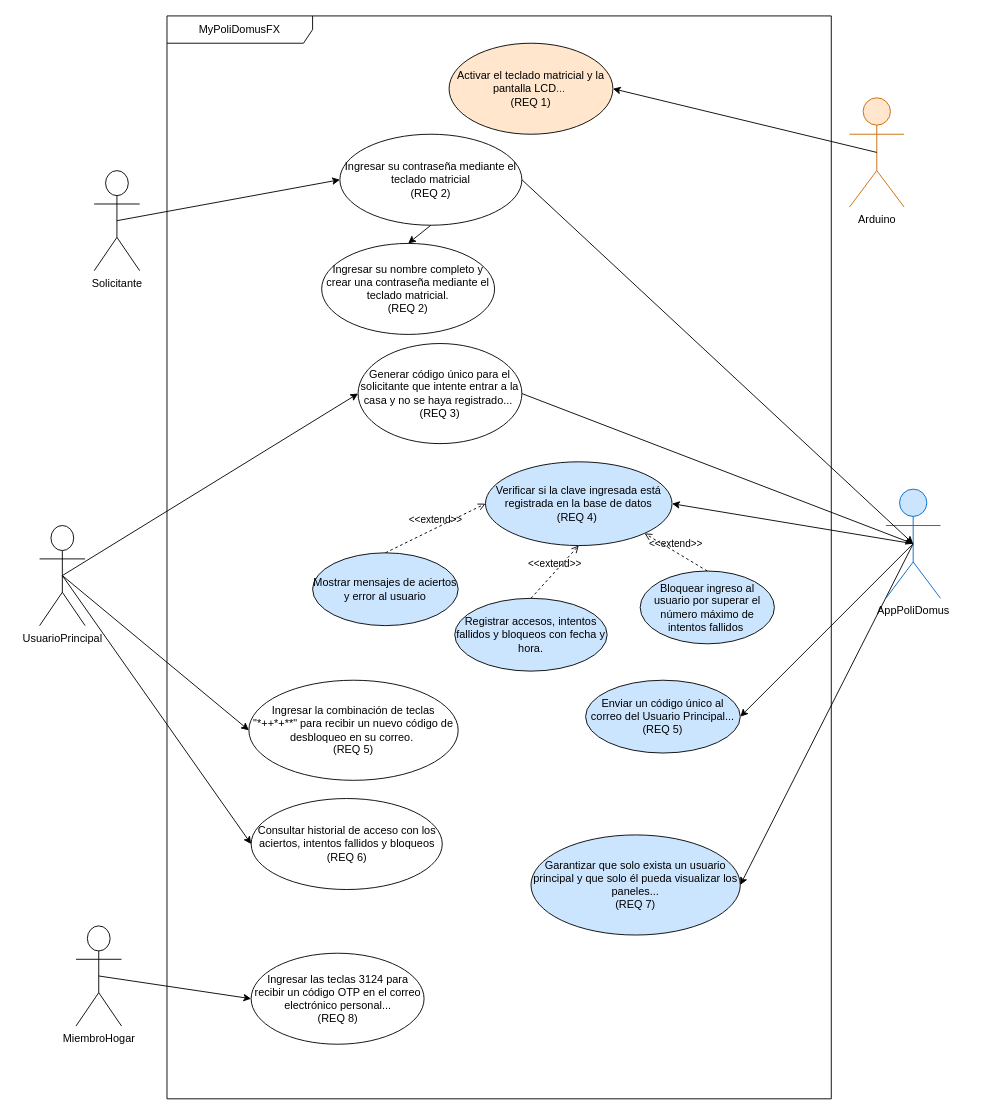
This is docs/design/02_UseCase.drawio from C-b4s/my-polidomusfx, a draw.io file, before an edit. Source tidied: cells renumbered, new cells numbered last; positions are measured from the earlier drawing's top-left corner, leaving out a move shared by most shapes. Both pictures are drawn from the tidied source at 91%, with x=0, y=0 at pixel (39, 15).
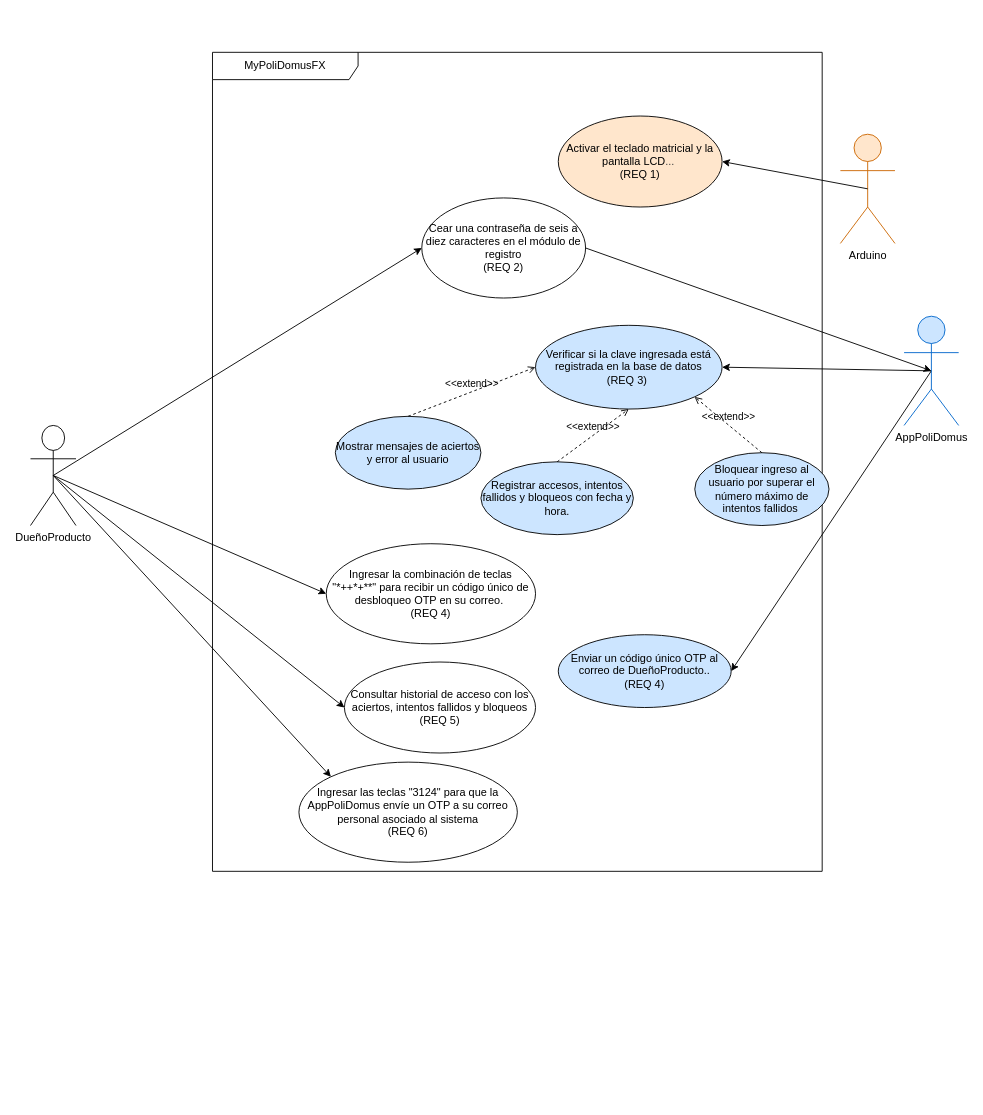
The same diagram, later.

Commit message (it also covers changes not shown here):
Se realizaron cambios al Use Case diagram

What changed in the source:
```diff
@@
     <mxCell id="2" value="MyPoliDomusFX" style="shape=umlFrame;whiteSpace=wrap;html=1;width=160;" parent="1" vertex="1">
-      <mxGeometry x="140" width="730" height="1190" as="geometry" />
+      <mxGeometry x="190" y="40" width="670" height="900" as="geometry" />
     </mxCell>
-    <mxCell id="3" style="edgeStyle=none;html=1;exitX=0.5;exitY=1;exitDx=0;exitDy=0;entryX=0.5;entryY=0;entryDx=0;entryDy=0;" parent="2" edge="1" source="4" target="8">
-      <mxGeometry relative="1" as="geometry" />
-    </mxCell>
-    <mxCell id="4" value="Ingresar su contraseña mediante el teclado matricial&lt;div&gt;(REQ 2)&lt;/div&gt;" style="ellipse;html=1;whiteSpace=wrap;" parent="2" vertex="1">
-      <mxGeometry x="190" y="130" width="200" height="100" as="geometry" />
-    </mxCell>
     <mxCell id="5" value="Activar el teclado matricial y la pantalla LCD&lt;span style=&quot;color: rgb(63, 63, 63); background-color: transparent;&quot;&gt;...&amp;nbsp;&lt;/span&gt;&lt;div&gt;&lt;div&gt;(REQ 1)&lt;/div&gt;&lt;/div&gt;" style="ellipse;html=1;whiteSpace=wrap;fillColor=#FFE6CC;" parent="2" vertex="1">
-      <mxGeometry x="310" y="30" width="180" height="100" as="geometry" />
+      <mxGeometry x="380" y="70" width="180" height="100" as="geometry" />
     </mxCell>
-    <mxCell id="6" value="Consultar historial de acceso con los aciertos, intentos fallidos y bloqueos&lt;div&gt;(REQ 6)&lt;/div&gt;" style="ellipse;html=1;whiteSpace=wrap;" parent="2" vertex="1">
-      <mxGeometry x="92.5" y="860" width="210" height="100" as="geometry" />
+    <mxCell id="6" value="Consultar historial de acceso con los aciertos, intentos fallidos y bloqueos&lt;div&gt;(REQ 5)&lt;/div&gt;" style="ellipse;html=1;whiteSpace=wrap;" parent="2" vertex="1">
+      <mxGeometry x="145" y="670" width="210" height="100" as="geometry" />
     </mxCell>
-    <mxCell id="7" value="Generar código único para el solicitante que intente entrar a la casa y no se haya registrado...&amp;nbsp;&lt;div&gt;(REQ 3)&lt;/div&gt;" style="ellipse;html=1;whiteSpace=wrap;" parent="2" vertex="1">
-      <mxGeometry x="210" y="360" width="180" height="110" as="geometry" />
+    <mxCell id="7" value="&lt;div&gt;&lt;font color=&quot;#000000&quot;&gt;Cear una contraseña de seis a diez caracteres en el módulo de registro&lt;/font&gt;&lt;/div&gt;&lt;div&gt;&lt;font color=&quot;#000000&quot;&gt;(REQ 2)&lt;/font&gt;&lt;/div&gt;" style="ellipse;html=1;whiteSpace=wrap;" parent="2" vertex="1">
+      <mxGeometry x="230" y="160" width="180" height="110" as="geometry" />
     </mxCell>
-    <mxCell id="8" value="Ingresar su nombre completo y crear una contraseña mediante el teclado matricial.&lt;div&gt;(REQ 2)&lt;/div&gt;" style="ellipse;html=1;whiteSpace=wrap;" parent="2" vertex="1">
-      <mxGeometry x="170" y="250" width="190" height="100" as="geometry" />
-    </mxCell>
-    <mxCell id="9" value="Verificar si la clave ingresada está registrada en la base de datos&lt;div&gt;(REQ 4)&amp;nbsp;&lt;/div&gt;" style="ellipse;html=1;whiteSpace=wrap;fillColor=#CCE5FF;" parent="2" vertex="1">
-      <mxGeometry x="350" y="490" width="205" height="92" as="geometry" />
+    <mxCell id="9" value="Verificar si la clave ingresada está registrada en la base de datos&lt;div&gt;(REQ 3)&amp;nbsp;&lt;/div&gt;" style="ellipse;html=1;whiteSpace=wrap;fillColor=#CCE5FF;" parent="2" vertex="1">
+      <mxGeometry x="355" y="300" width="205" height="92" as="geometry" />
     </mxCell>
     <mxCell id="10" value="Mostrar mensajes de aciertos y error al usuario" style="ellipse;html=1;whiteSpace=wrap;fillColor=#CCE5FF;" parent="2" vertex="1">
-      <mxGeometry x="160" y="590" width="160" height="80" as="geometry" />
+      <mxGeometry x="135" y="400" width="160" height="80" as="geometry" />
     </mxCell>
     <mxCell id="11" value="Registrar accesos, intentos fallidos y bloqueos con fecha y hora." style="ellipse;html=1;whiteSpace=wrap;fillColor=#CCE5FF;" parent="2" vertex="1">
-      <mxGeometry x="316.2" y="640" width="167.5" height="80" as="geometry" />
+      <mxGeometry x="295" y="450" width="167.5" height="80" as="geometry" />
     </mxCell>
     <mxCell id="12" value="Bloquear ingreso al usuario por superar el número máximo de intentos fallidos&amp;nbsp;" style="ellipse;html=1;whiteSpace=wrap;fillColor=#CCE5FF;" parent="2" vertex="1">
-      <mxGeometry x="520" y="610" width="147.5" height="80" as="geometry" />
+      <mxGeometry x="530" y="440" width="147.5" height="80" as="geometry" />
     </mxCell>
@@
-    <mxCell id="16" value="Enviar un código único al correo del Usuario Principal...&lt;div&gt;(REQ 5)&lt;/div&gt;" style="ellipse;html=1;whiteSpace=wrap;fillColor=#CCE5FF;" parent="2" vertex="1">
-      <mxGeometry x="460" y="730" width="170" height="80" as="geometry" />
+    <mxCell id="16" value="Enviar un código único OTP al correo de DueñoProducto..&lt;div&gt;(REQ 4)&lt;/div&gt;" style="ellipse;html=1;whiteSpace=wrap;fillColor=#CCE5FF;" parent="2" vertex="1">
+      <mxGeometry x="380" y="640" width="190" height="80" as="geometry" />
     </mxCell>
-    <mxCell id="17" value="Ingresar la combinación de teclas &quot;*++*+**&quot; para recibir un nuevo código de desbloqueo en su correo.&amp;nbsp;&lt;div&gt;(REQ 5)&lt;/div&gt;" style="ellipse;html=1;whiteSpace=wrap;" parent="2" vertex="1">
-      <mxGeometry x="90" y="730" width="230" height="110" as="geometry" />
+    <mxCell id="17" value="Ingresar la combinación de teclas &quot;*++*+**&quot; para recibir un código único de desbloqueo OTP en su correo.&amp;nbsp;&lt;div&gt;(REQ 4)&lt;/div&gt;" style="ellipse;html=1;whiteSpace=wrap;" parent="2" vertex="1">
+      <mxGeometry x="125" y="540" width="230" height="110" as="geometry" />
     </mxCell>
-    <mxCell id="18" value="Garantizar que solo exista un usuario principal y que solo él pueda visualizar los paneles...&lt;div&gt;(REQ 7)&lt;/div&gt;" style="ellipse;html=1;whiteSpace=wrap;fillColor=#CCE5FF;" parent="2" vertex="1">
-      <mxGeometry x="400" y="900" width="230" height="110" as="geometry" />
-    </mxCell>
-    <mxCell id="19" value="Ingresar las teclas 3124 para recibir un código OTP en el correo electrónico personal...&lt;div&gt;(REQ 8)&lt;/div&gt;" style="ellipse;html=1;whiteSpace=wrap;" parent="2" vertex="1">
-      <mxGeometry x="92.5" y="1030" width="190" height="100" as="geometry" />
-    </mxCell>
+    <mxCell id="36" value="&lt;div&gt;&lt;font color=&quot;#000000&quot;&gt;Ingresar las teclas &quot;3124&quot; para que la AppPoliDomus envíe un OTP a su correo personal asociado al sistema&lt;/font&gt;&lt;/div&gt;&lt;div&gt;(REQ 6)&lt;/div&gt;" style="ellipse;html=1;whiteSpace=wrap;" parent="2" vertex="1">
+      <mxGeometry x="95" y="780" width="240" height="110" as="geometry" />
+    </mxCell>
@@
-    <mxCell id="22" style="edgeStyle=none;html=1;exitX=0.5;exitY=0.5;exitDx=0;exitDy=0;exitPerimeter=0;entryX=1;entryY=0.5;entryDx=0;entryDy=0;" parent="1" edge="1" source="23" target="18">
-      <mxGeometry relative="1" as="geometry" />
-    </mxCell>
     <mxCell id="23" value="AppPoliDomus" style="shape=umlActor;verticalLabelPosition=bottom;verticalAlign=top;html=1;fillColor=#CCE5FF;strokeColor=#0066CC;" parent="1" vertex="1">
-      <mxGeometry x="930" y="520" width="60" height="120" as="geometry" />
+      <mxGeometry x="950" y="330" width="60" height="120" as="geometry" />
     </mxCell>
-    <mxCell id="24" style="edgeStyle=none;html=1;exitX=0.5;exitY=0.5;exitDx=0;exitDy=0;exitPerimeter=0;entryX=0;entryY=0.5;entryDx=0;entryDy=0;" parent="1" edge="1" source="25" target="4">
-      <mxGeometry relative="1" as="geometry" />
-    </mxCell>
-    <mxCell id="25" value="Solicitante" style="shape=umlActor;verticalLabelPosition=bottom;verticalAlign=top;html=1;" parent="1" vertex="1">
-      <mxGeometry x="60" y="170" width="50" height="110" as="geometry" />
-    </mxCell>
     <mxCell id="26" value="Arduino" style="shape=umlActor;verticalLabelPosition=bottom;verticalAlign=top;html=1;strokeColor=#CC6600;fillColor=#FFE6CC;" parent="1" vertex="1">
-      <mxGeometry x="890" y="90" width="60" height="120" as="geometry" />
+      <mxGeometry x="880" y="130" width="60" height="120" as="geometry" />
     </mxCell>
@@
+    <mxCell id="37" style="edgeStyle=none;html=1;exitX=0.5;exitY=0.5;exitDx=0;exitDy=0;exitPerimeter=0;entryX=0;entryY=0;entryDx=0;entryDy=0;" parent="1" edge="1" source="31" target="36">
+      <mxGeometry relative="1" as="geometry" />
+    </mxCell>
-    <mxCell id="31" value="UsuarioPrincipal" style="shape=umlActor;verticalLabelPosition=bottom;verticalAlign=top;html=1;" parent="1" vertex="1">
-      <mxGeometry y="560" width="50" height="110" as="geometry" />
+    <mxCell id="31" value="DueñoProducto" style="shape=umlActor;verticalLabelPosition=bottom;verticalAlign=top;html=1;" parent="1" vertex="1">
+      <mxGeometry x="-10" y="450" width="50" height="110" as="geometry" />
     </mxCell>
@@
-    <mxCell id="33" style="edgeStyle=none;html=1;exitX=1;exitY=0.5;exitDx=0;exitDy=0;entryX=0.5;entryY=0.5;entryDx=0;entryDy=0;entryPerimeter=0;" parent="1" edge="1" source="4" target="23">
-      <mxGeometry relative="1" as="geometry" />
-    </mxCell>
-    <mxCell id="34" style="edgeStyle=none;html=1;exitX=0.5;exitY=0.5;exitDx=0;exitDy=0;exitPerimeter=0;entryX=0;entryY=0.5;entryDx=0;entryDy=0;" parent="1" edge="1" source="35" target="19">
-      <mxGeometry relative="1" as="geometry" />
-    </mxCell>
-    <mxCell id="35" value="MiembroHogar" style="shape=umlActor;verticalLabelPosition=bottom;verticalAlign=top;html=1;" parent="1" vertex="1">
-      <mxGeometry x="40" y="1000" width="50" height="110" as="geometry" />
-    </mxCell>
```
